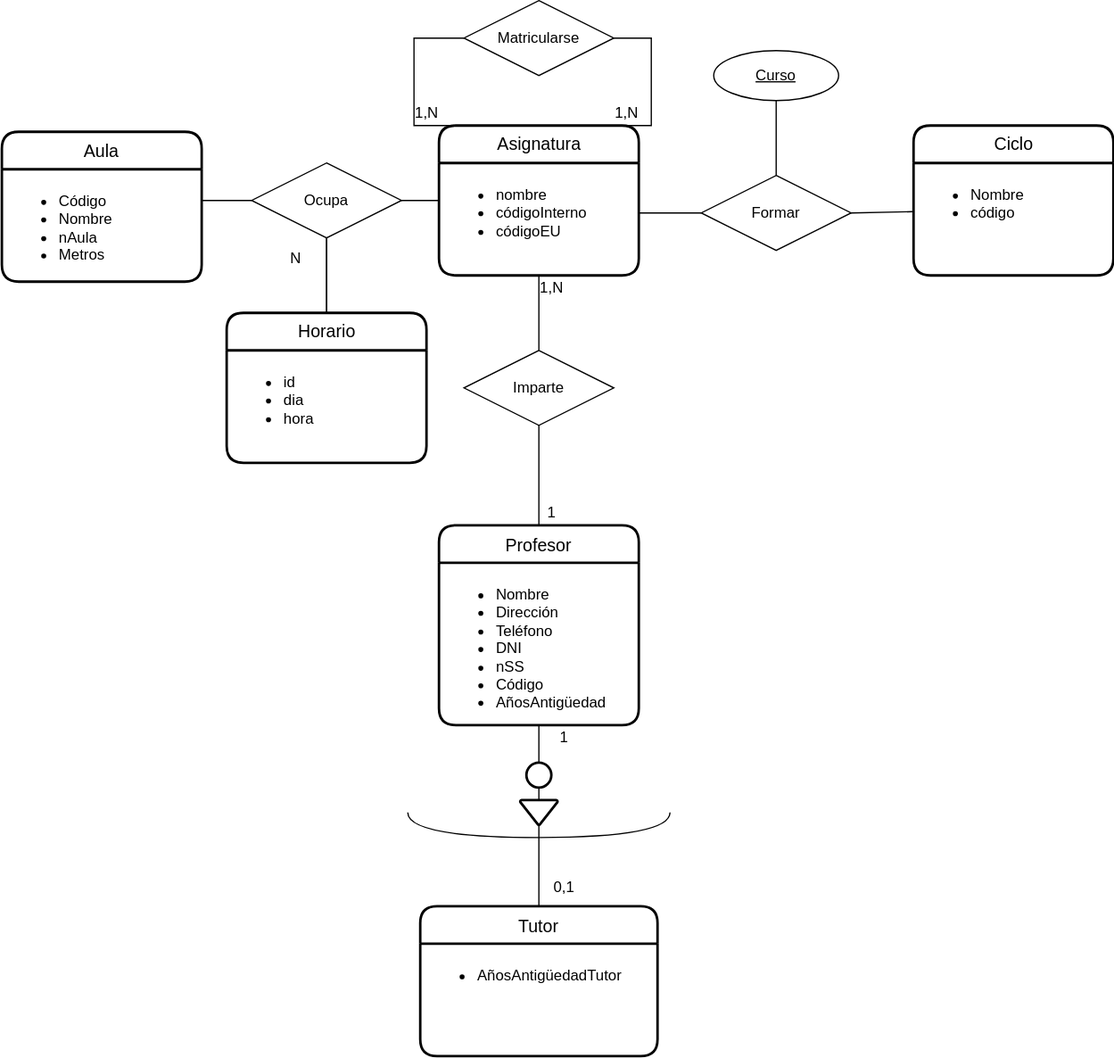
The draw.io diagram UD12-17.svg in Jimxx22/C3-UD11-UML, before a commit. Source tidied: cells renumbered, new cells last; positions are measured from the earlier drawing's top-left corner, leaving out a move shared by most shapes.
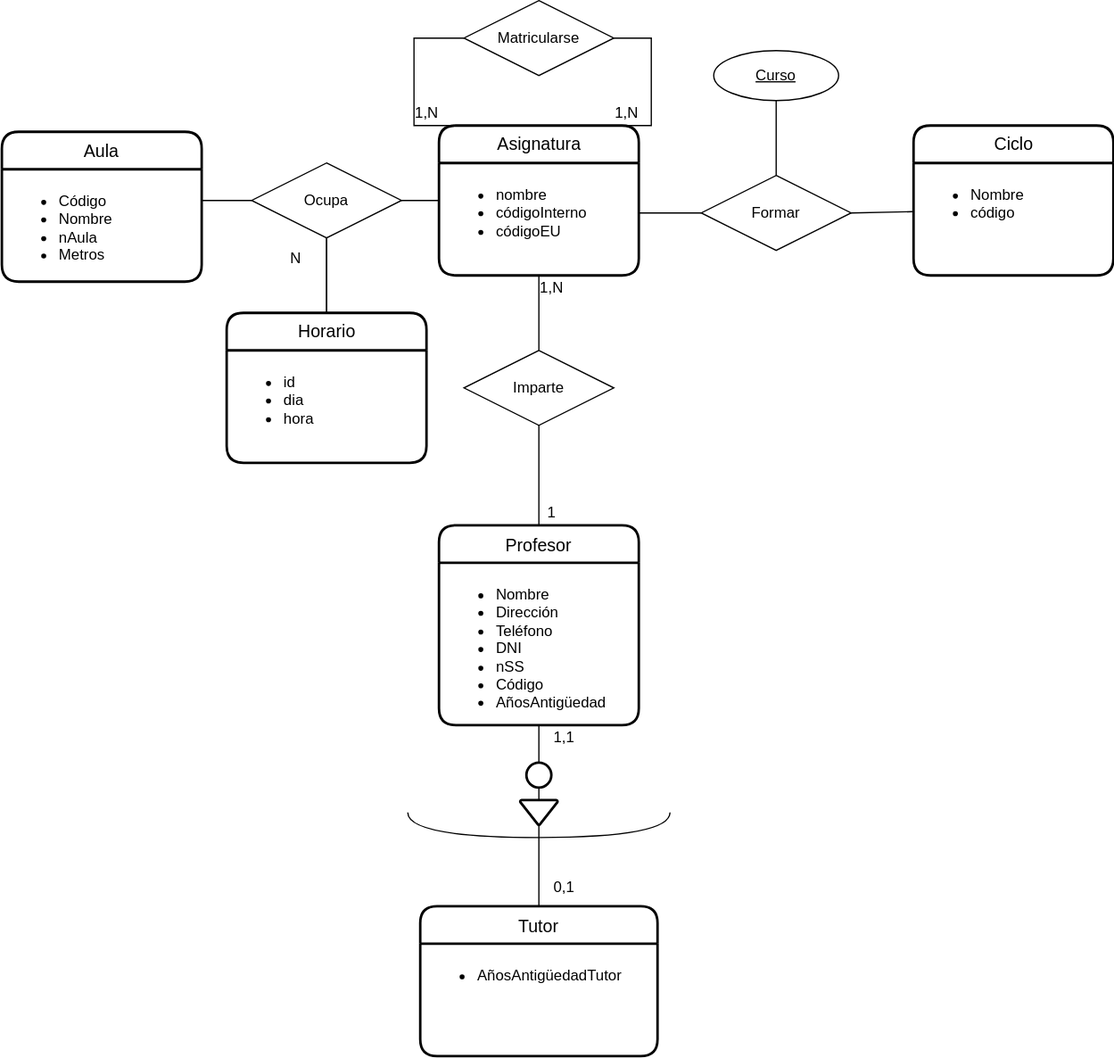
The same diagram one commit later.

Change to the diagram source:
```diff
@@ -112,8 +112,8 @@
     <mxCell id="32" value="Ocupa" style="shape=rhombus;perimeter=rhombusPerimeter;whiteSpace=wrap;html=1;align=center;labelBackgroundColor=none;" parent="1" vertex="1">
       <mxGeometry x="200" y="130" width="120" height="60" as="geometry" />
     </mxCell>
-    <mxCell id="33" value="1" style="text;html=1;align=center;verticalAlign=middle;strokeColor=none;fillColor=none;" parent="1" vertex="1">
-      <mxGeometry x="435" y="575" width="30" height="30" as="geometry" />
+    <mxCell id="33" value="1,1" style="text;html=1;align=center;verticalAlign=middle;strokeColor=none;fillColor=none;" parent="1" vertex="1">
+      <mxGeometry x="430" y="575" width="40" height="30" as="geometry" />
     </mxCell>
     <mxCell id="34" style="endArrow=none;html=1;rounded=0;labelBackgroundColor=none;entryX=0;entryY=0.5;entryDx=0;entryDy=0;exitX=1;exitY=0.5;exitDx=0;exitDy=0;" parent="1" edge="1" source="32" target="4">
       <mxGeometry relative="1" as="geometry" />
```
